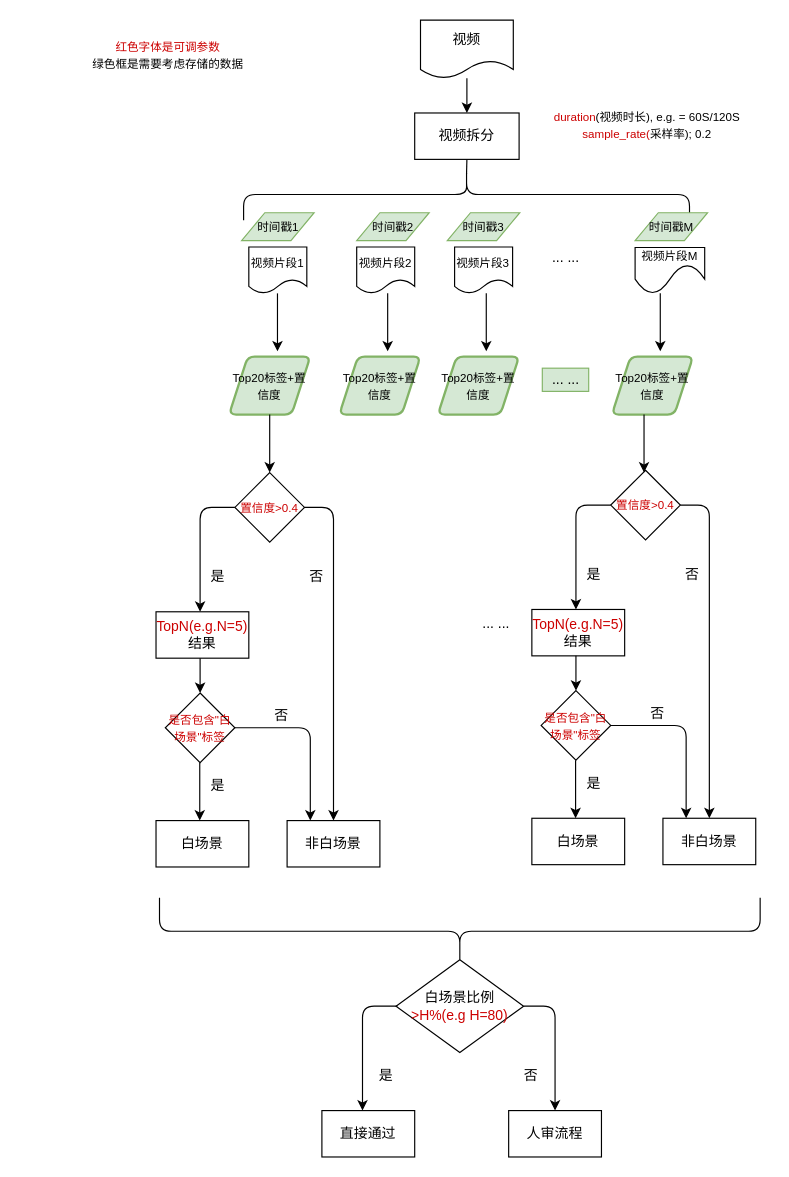
Before: videotag_postproc.drawio in CvRocker/draw-io, a draw.io diagram. Source tidied: cells renumbered, new cells numbered last; positions are measured from the earlier drawing's top-left corner, leaving out a move shared by most shapes. Both pictures are drawn from the tidied source at 116%, with x=0, y=0 at pixel (80, -29).
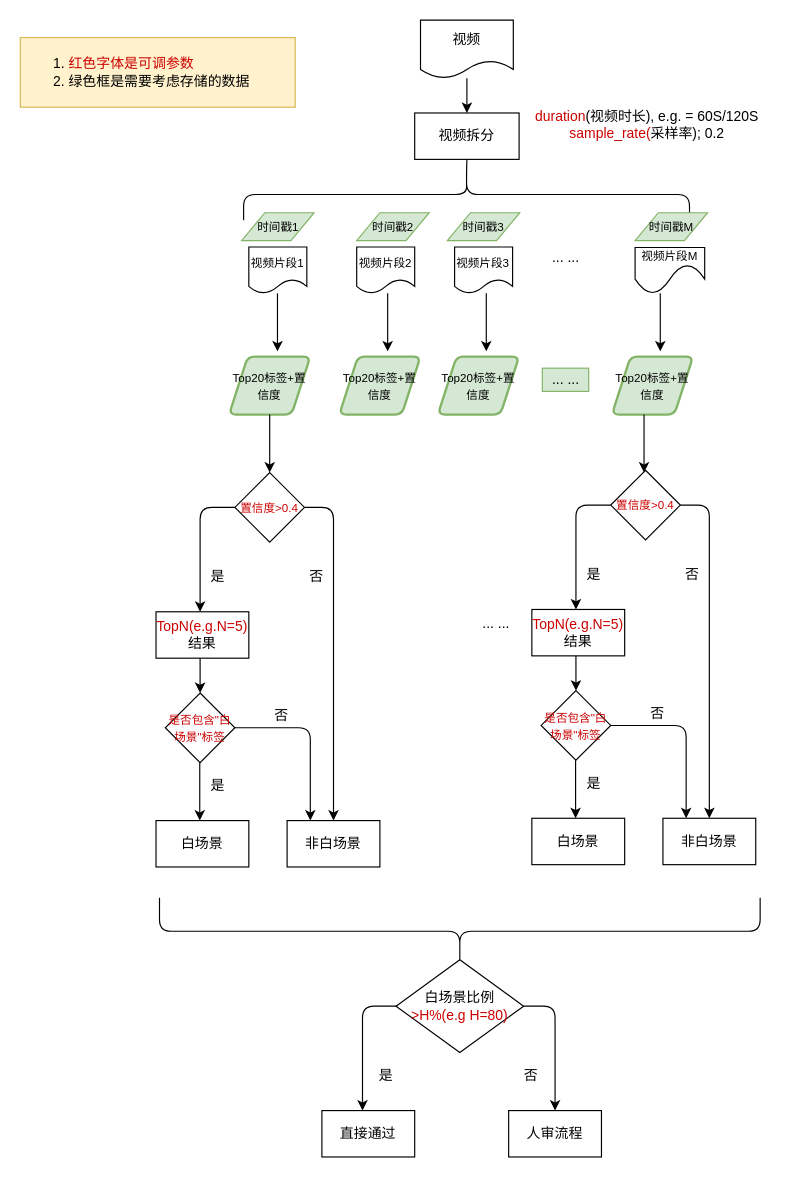
The same diagram, later.

The edit, as a diff of the source:
```diff
@@
-    <mxCell id="15" value="&lt;font&gt;&lt;font style=&quot;font-size: 10px&quot;&gt;&lt;font color=&quot;#cc0000&quot;&gt;duration&lt;/font&gt;(视频时长), e.g. = 60S/120S&lt;br&gt;&lt;font color=&quot;#cc0000&quot;&gt;sample_rate(&lt;/font&gt;采样率); 0.2&lt;/font&gt;&lt;br&gt;&lt;/font&gt;" style="text;html=1;align=center;verticalAlign=middle;fillColor=none;strokeColor=none;rounded=0;" parent="1" vertex="1">
-      <mxGeometry x="398" y="111.9" width="180" height="40" as="geometry" />
+    <mxCell id="15" value="&lt;font&gt;&lt;font style=&quot;font-size: 12px&quot;&gt;&lt;font color=&quot;#cc0000&quot;&gt;duration&lt;/font&gt;(视频时长), e.g. = 60S/120S&lt;br&gt;&lt;font color=&quot;#cc0000&quot;&gt;sample_rate(&lt;/font&gt;采样率); 0.2&lt;/font&gt;&lt;br&gt;&lt;/font&gt;" style="text;html=1;align=center;verticalAlign=middle;fillColor=none;strokeColor=none;rounded=0;" parent="1" vertex="1">
+      <mxGeometry x="383" y="116.9" width="210" height="30" as="geometry" />
     </mxCell>
@@
-    <mxCell id="65" value="&lt;font&gt;&lt;font style=&quot;font-size: 10px&quot;&gt;&lt;font color=&quot;#cc0000&quot;&gt;红色字体是可调参数&lt;br&gt;&lt;/font&gt;绿色框是需要考虑存储的数据&lt;/font&gt;&lt;br&gt;&lt;/font&gt;" style="text;html=1;align=center;verticalAlign=middle;fillColor=none;strokeColor=none;rounded=0;" parent="1" vertex="1">
-      <mxGeometry y="51.9" width="150" height="40" as="geometry" />
+    <mxCell id="65" value="&lt;ol&gt;&lt;li&gt;&lt;font color=&quot;#cc0000&quot;&gt;红色字体是可调参数&lt;/font&gt;&lt;/li&gt;&lt;li&gt;绿色框是需要考虑存储的数据&lt;/li&gt;&lt;/ol&gt;" style="rounded=0;whiteSpace=wrap;html=1;align=left;fillColor=#fff2cc;strokeColor=#d6b656;" parent="1" vertex="1">
+      <mxGeometry x="-52" y="56.9" width="237" height="60" as="geometry" />
     </mxCell>
```
